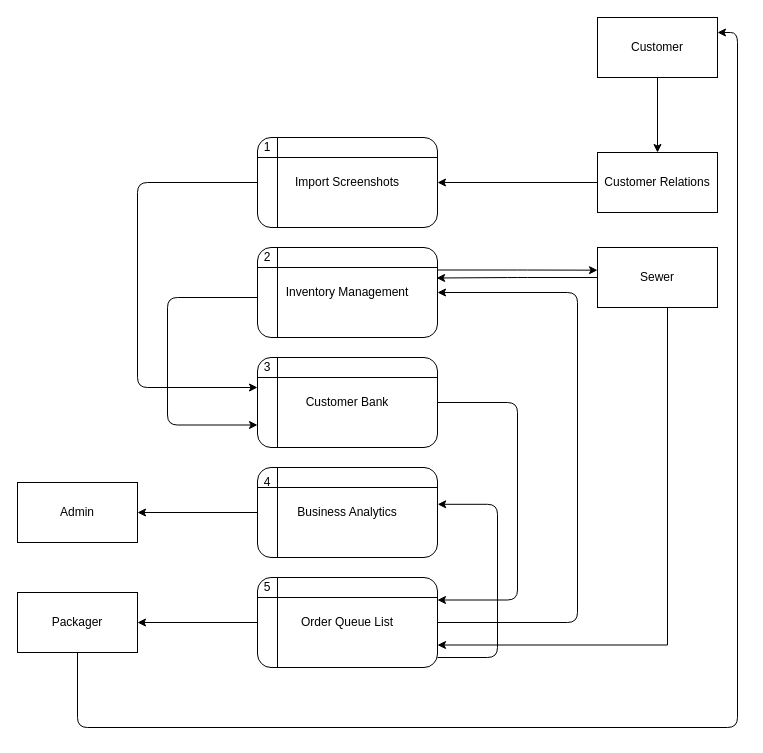
Earlier version of the draw.io diagram page "Level 1 DFD" (2 of 10) of DFD DIAGRAMS.drawio (BryanFabellore/Team_SPOTLIGHT). Source tidied: cells renumbered, new cells numbered last; positions are measured from the earlier drawing's top-left corner, leaving out a move shared by most shapes. Both pictures are drawn from the tidied source at 100%, with x=0, y=0 at pixel (17, 17).
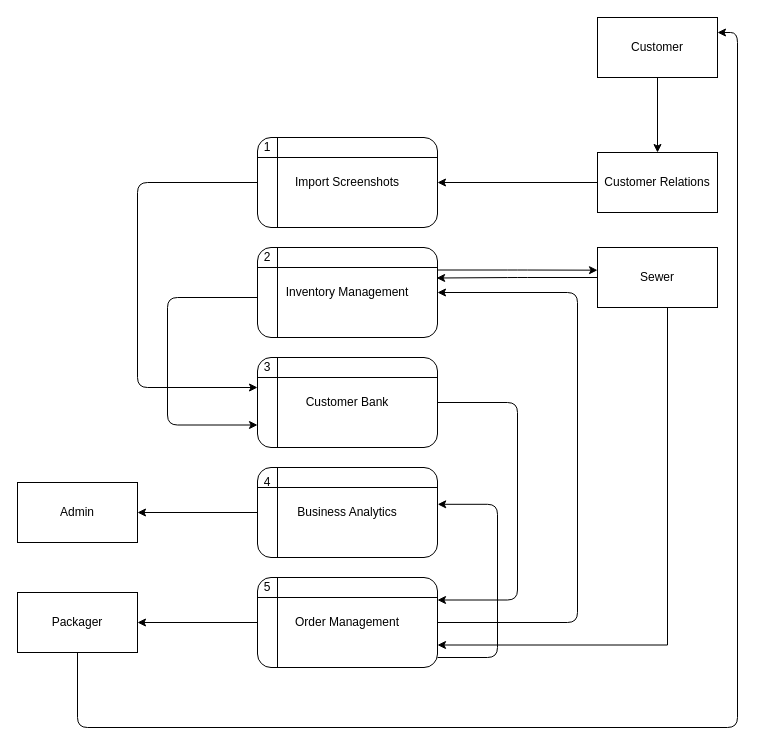
The same diagram, later.

Change to the diagram source:
```diff
@@
-    <mxCell id="24" value="Order Queue List" style="shape=internalStorage;whiteSpace=wrap;html=1;backgroundOutline=1;rounded=1;strokeColor=default;fontFamily=Helvetica;fontSize=12;fontColor=default;fillColor=#FFFFFF;" parent="1" vertex="1">
+    <mxCell id="24" value="Order Management" style="shape=internalStorage;whiteSpace=wrap;html=1;backgroundOutline=1;rounded=1;strokeColor=default;fontFamily=Helvetica;fontSize=12;fontColor=default;fillColor=#FFFFFF;" parent="1" vertex="1">
       <mxGeometry x="240" y="560" width="180" height="90" as="geometry" />
     </mxCell>
```
